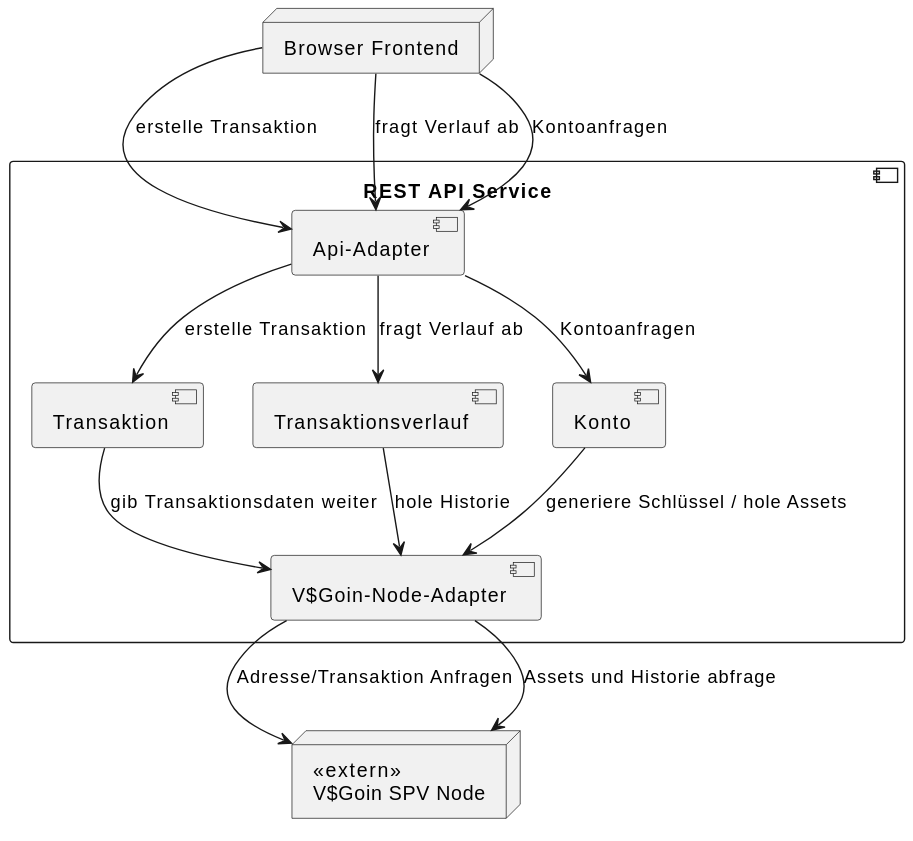
Earlier version of the PlantUML export docs/arc42/arc42-Api/images/WhiteboxL1.svg (bjoern621/VSP-Blockchain).
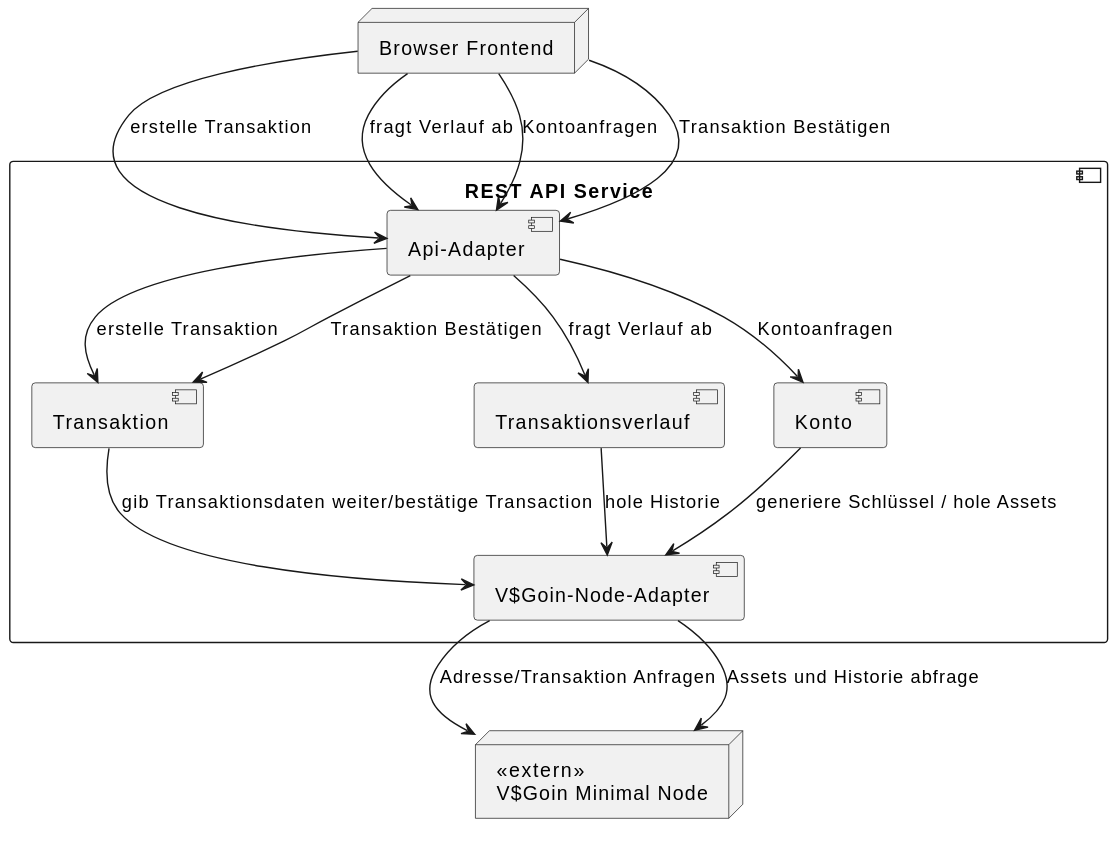
Later version of the same file.

The edit, as a diff of the source:
```diff
@@ -10,20 +10,22 @@
         component "V$Goin-Node-Adapter" as adapter
     }
 
-    node "<<extern>>\nV$Goin SPV Node" as lib
+    node "<<extern>>\nV$Goin Minimal Node" as lib
 
 
 
     browser --> api_adapter: erstelle Transaktion
     browser --> api_adapter: fragt Verlauf ab
     browser --> api_adapter: Kontoanfragen
+    browser --> api_adapter: Transaktion Bestätigen
 
 
     api_adapter --> transaction : erstelle Transaktion
     api_adapter --> verlauf : fragt Verlauf ab
     api_adapter --> konto : Kontoanfragen
+    api_adapter --> transaction : Transaktion Bestätigen
 
-    transaction --> adapter : gib Transaktionsdaten weiter
+    transaction --> adapter : gib Transaktionsdaten weiter/bestätige Transaction
     verlauf     --> adapter : hole Historie
     konto     --> adapter : generiere Schlüssel / hole Assets
 
```
